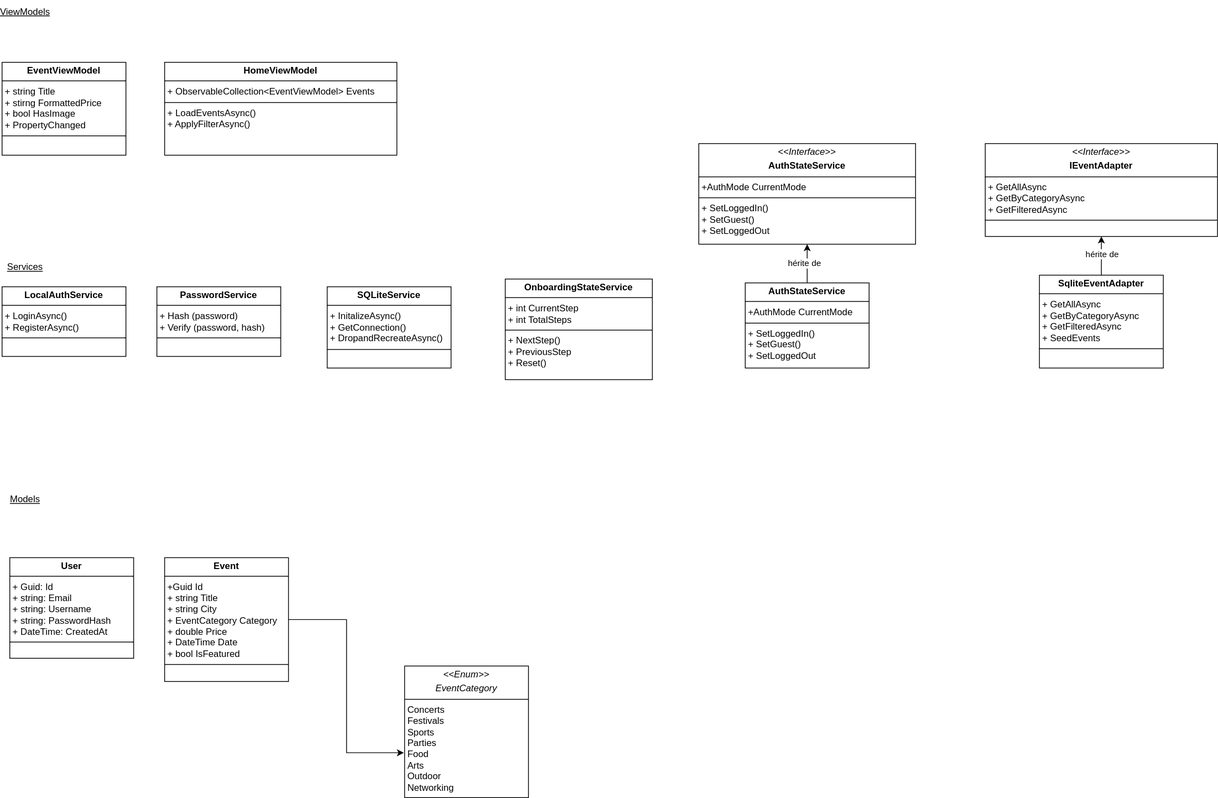
Before: documentation/diagrammes/class_diagram.drawio.svg, a diagram exported from draw.io (Doumbouya94/SoftwareEngineeringDocuments). Source tidied: cells renumbered, new cells last; positions are measured from the earlier drawing's top-left corner, leaving out a move shared by most shapes. Source of this version:
```xml
<mxGraphModel>
  <root>
    <mxCell id="0" />
    <mxCell id="1" parent="0" />
    <mxCell id="2" value="&lt;p style=&quot;margin:0px;margin-top:4px;text-align:center;&quot;&gt;&lt;b&gt;User&lt;/b&gt;&lt;/p&gt;&lt;hr size=&quot;1&quot; style=&quot;border-style:solid;&quot;&gt;&lt;p style=&quot;margin:0px;margin-left:4px;&quot;&gt;+ Guid: Id&lt;/p&gt;&lt;p style=&quot;margin:0px;margin-left:4px;&quot;&gt;+ string: Email&lt;/p&gt;&lt;p style=&quot;margin:0px;margin-left:4px;&quot;&gt;+ string: Username&lt;/p&gt;&lt;p style=&quot;margin:0px;margin-left:4px;&quot;&gt;+ string: PasswordHash&lt;/p&gt;&lt;p style=&quot;margin:0px;margin-left:4px;&quot;&gt;+ DateTime: CreatedAt&lt;/p&gt;&lt;hr size=&quot;1&quot; style=&quot;border-style:solid;&quot;&gt;&lt;p style=&quot;margin:0px;margin-left:4px;&quot;&gt;&lt;br&gt;&lt;/p&gt;" style="verticalAlign=top;align=left;overflow=fill;html=1;whiteSpace=wrap;" parent="1" vertex="1">
      <mxGeometry x="10" y="720" width="160" height="130" as="geometry" />
    </mxCell>
    <mxCell id="3" value="&lt;p style=&quot;margin:0px;margin-top:4px;text-align:center;&quot;&gt;&lt;b&gt;PasswordService&lt;/b&gt;&lt;/p&gt;&lt;hr size=&quot;1&quot; style=&quot;border-style:solid;&quot;&gt;&lt;p style=&quot;margin:0px;margin-left:4px;&quot;&gt;+ Hash (password)&lt;/p&gt;&lt;p style=&quot;margin:0px;margin-left:4px;&quot;&gt;+ Verify (password, hash)&lt;/p&gt;&lt;hr size=&quot;1&quot; style=&quot;border-style:solid;&quot;&gt;&lt;p style=&quot;margin:0px;margin-left:4px;&quot;&gt;&lt;br&gt;&lt;/p&gt;" style="verticalAlign=top;align=left;overflow=fill;html=1;whiteSpace=wrap;" parent="1" vertex="1">
      <mxGeometry x="200" y="370" width="160" height="90" as="geometry" />
    </mxCell>
    <mxCell id="4" value="&lt;p style=&quot;margin:0px;margin-top:4px;text-align:center;&quot;&gt;&lt;b&gt;LocalAuthService&lt;/b&gt;&lt;/p&gt;&lt;hr size=&quot;1&quot; style=&quot;border-style:solid;&quot;&gt;&lt;p style=&quot;margin:0px;margin-left:4px;&quot;&gt;+ LoginAsync()&lt;/p&gt;&lt;p style=&quot;margin:0px;margin-left:4px;&quot;&gt;+ RegisterAsync()&lt;/p&gt;&lt;hr size=&quot;1&quot; style=&quot;border-style:solid;&quot;&gt;&lt;p style=&quot;margin:0px;margin-left:4px;&quot;&gt;&lt;br&gt;&lt;/p&gt;" style="verticalAlign=top;align=left;overflow=fill;html=1;whiteSpace=wrap;" parent="1" vertex="1">
      <mxGeometry y="370" width="160" height="90" as="geometry" />
    </mxCell>
    <mxCell id="5" value="&lt;p style=&quot;margin:0px;margin-top:4px;text-align:center;&quot;&gt;&lt;b&gt;SQLiteService&lt;/b&gt;&lt;/p&gt;&lt;hr size=&quot;1&quot; style=&quot;border-style:solid;&quot;&gt;&lt;p style=&quot;margin:0px;margin-left:4px;&quot;&gt;+ InitalizeAsync()&lt;/p&gt;&lt;p style=&quot;margin:0px;margin-left:4px;&quot;&gt;+ GetConnection()&lt;/p&gt;&lt;p style=&quot;margin:0px;margin-left:4px;&quot;&gt;+ DropandRecreateAsync()&lt;/p&gt;&lt;hr size=&quot;1&quot; style=&quot;border-style:solid;&quot;&gt;&lt;p style=&quot;margin:0px;margin-left:4px;&quot;&gt;&lt;br&gt;&lt;/p&gt;" style="verticalAlign=top;align=left;overflow=fill;html=1;whiteSpace=wrap;" parent="1" vertex="1">
      <mxGeometry x="420" y="370" width="160" height="105" as="geometry" />
    </mxCell>
    <mxCell id="6" value="&lt;p style=&quot;margin:0px;margin-top:4px;text-align:center;&quot;&gt;&lt;b&gt;EventViewModel&lt;/b&gt;&lt;/p&gt;&lt;hr size=&quot;1&quot; style=&quot;border-style:solid;&quot;&gt;&lt;p style=&quot;margin:0px;margin-left:4px;&quot;&gt;+ string Title&lt;/p&gt;&lt;p style=&quot;margin:0px;margin-left:4px;&quot;&gt;+ stirng FormattedPrice&lt;/p&gt;&lt;p style=&quot;margin:0px;margin-left:4px;&quot;&gt;+ bool HasImage&lt;/p&gt;&lt;p style=&quot;margin:0px;margin-left:4px;&quot;&gt;+ PropertyChanged&lt;/p&gt;&lt;hr size=&quot;1&quot; style=&quot;border-style:solid;&quot;&gt;&lt;p style=&quot;margin:0px;margin-left:4px;&quot;&gt;&lt;br&gt;&lt;/p&gt;" style="verticalAlign=top;align=left;overflow=fill;html=1;whiteSpace=wrap;" parent="1" vertex="1">
      <mxGeometry y="80" width="160" height="120" as="geometry" />
    </mxCell>
    <mxCell id="7" value="&lt;p style=&quot;margin:0px;margin-top:4px;text-align:center;&quot;&gt;&lt;b&gt;Event&lt;/b&gt;&lt;/p&gt;&lt;hr size=&quot;1&quot; style=&quot;border-style:solid;&quot;&gt;&lt;p style=&quot;margin:0px;margin-left:4px;&quot;&gt;+Guid Id&lt;/p&gt;&lt;p style=&quot;margin:0px;margin-left:4px;&quot;&gt;+ string Title&lt;/p&gt;&lt;p style=&quot;margin:0px;margin-left:4px;&quot;&gt;+ string City&lt;/p&gt;&lt;p style=&quot;margin:0px;margin-left:4px;&quot;&gt;+ EventCategory Category&lt;/p&gt;&lt;p style=&quot;margin:0px;margin-left:4px;&quot;&gt;+ double Price&lt;/p&gt;&lt;p style=&quot;margin:0px;margin-left:4px;&quot;&gt;+ DateTime Date&lt;/p&gt;&lt;p style=&quot;margin:0px;margin-left:4px;&quot;&gt;+ bool IsFeatured&lt;/p&gt;&lt;hr size=&quot;1&quot; style=&quot;border-style:solid;&quot;&gt;&lt;p style=&quot;margin:0px;margin-left:4px;&quot;&gt;&lt;br&gt;&lt;/p&gt;" style="verticalAlign=top;align=left;overflow=fill;html=1;whiteSpace=wrap;" parent="1" vertex="1">
      <mxGeometry x="210" y="720" width="160" height="160" as="geometry" />
    </mxCell>
    <mxCell id="8" value="&lt;u&gt;Services&lt;/u&gt;" style="text;html=1;whiteSpace=wrap;strokeColor=none;fillColor=none;align=center;verticalAlign=middle;rounded=0;" parent="1" vertex="1">
      <mxGeometry y="330" width="60" height="30" as="geometry" />
    </mxCell>
    <mxCell id="9" value="&lt;u&gt;Models&lt;/u&gt;" style="text;html=1;whiteSpace=wrap;strokeColor=none;fillColor=none;align=center;verticalAlign=middle;rounded=0;" parent="1" vertex="1">
      <mxGeometry y="630" width="60" height="30" as="geometry" />
    </mxCell>
    <mxCell id="10" value="&lt;u&gt;ViewModels&lt;/u&gt;" style="text;html=1;whiteSpace=wrap;strokeColor=none;fillColor=none;align=center;verticalAlign=middle;rounded=0;" parent="1" vertex="1">
      <mxGeometry width="60" height="30" as="geometry" />
    </mxCell>
    <mxCell id="11" style="edgeStyle=orthogonalEdgeStyle;rounded=0;jettySize=auto;html=1;entryX=0.5;entryY=1;entryDx=0;entryDy=0;" parent="1" edge="1" source="13" target="15">
      <mxGeometry relative="1" as="geometry" />
    </mxCell>
    <mxCell id="12" value="hérite de" style="edgeLabel;html=1;align=center;verticalAlign=middle;" parent="11" vertex="1">
      <mxGeometry x="0.09" y="-1" relative="1" as="geometry" />
    </mxCell>
    <mxCell id="13" value="&lt;p style=&quot;margin:0px;margin-top:4px;text-align:center;&quot;&gt;&lt;b&gt;SqliteEventAdapter&lt;/b&gt;&lt;/p&gt;&lt;hr size=&quot;1&quot; style=&quot;border-style:solid;&quot;&gt;&lt;p style=&quot;margin:0px;margin-left:4px;&quot;&gt;+ GetAllAsync&lt;/p&gt;&lt;p style=&quot;margin:0px;margin-left:4px;&quot;&gt;+ GetByCategoryAsync&lt;/p&gt;&lt;p style=&quot;margin:0px;margin-left:4px;&quot;&gt;+ GetFilteredAsync&lt;/p&gt;&lt;p style=&quot;margin:0px;margin-left:4px;&quot;&gt;+ SeedEvents&lt;/p&gt;&lt;hr size=&quot;1&quot; style=&quot;border-style:solid;&quot;&gt;&lt;p style=&quot;margin:0px;margin-left:4px;&quot;&gt;&lt;br&gt;&lt;/p&gt;" style="verticalAlign=top;align=left;overflow=fill;html=1;whiteSpace=wrap;" parent="1" vertex="1">
      <mxGeometry x="1340" y="355" width="160" height="120" as="geometry" />
    </mxCell>
    <mxCell id="14" value="&lt;p style=&quot;margin:0px;margin-top:4px;text-align:center;&quot;&gt;&lt;b&gt;HomeViewModel&lt;/b&gt;&lt;/p&gt;&lt;hr size=&quot;1&quot; style=&quot;border-style:solid;&quot;&gt;&lt;p style=&quot;margin:0px;margin-left:4px;&quot;&gt;+ ObservableCollection&amp;lt;EventViewModel&amp;gt; Events&lt;/p&gt;&lt;hr size=&quot;1&quot; style=&quot;border-style:solid;&quot;&gt;&lt;p style=&quot;margin:0px;margin-left:4px;&quot;&gt;+ LoadEventsAsync()&lt;/p&gt;&lt;p style=&quot;margin:0px;margin-left:4px;&quot;&gt;+ ApplyFilterAsync()&lt;/p&gt;" style="verticalAlign=top;align=left;overflow=fill;html=1;whiteSpace=wrap;" parent="1" vertex="1">
      <mxGeometry x="210" y="80" width="300" height="120" as="geometry" />
    </mxCell>
    <mxCell id="15" value="&lt;p style=&quot;margin:0px;margin-top:4px;text-align:center;&quot;&gt;&lt;i&gt;&amp;lt;&amp;lt;Interface&amp;gt;&amp;gt;&lt;/i&gt;&lt;b&gt;&lt;/b&gt;&lt;/p&gt;&lt;p style=&quot;margin:0px;margin-top:4px;text-align:center;&quot;&gt;&lt;b&gt;IEventAdapter&lt;/b&gt;&lt;/p&gt;&lt;hr size=&quot;1&quot; style=&quot;border-style:solid;&quot;&gt;&lt;p style=&quot;margin: 0px 0px 0px 4px;&quot;&gt;+ GetAllAsync&lt;/p&gt;&lt;p style=&quot;margin: 0px 0px 0px 4px;&quot;&gt;+ GetByCategoryAsync&lt;/p&gt;&lt;p style=&quot;margin: 0px 0px 0px 4px;&quot;&gt;+ GetFilteredAsync&lt;/p&gt;&lt;hr size=&quot;1&quot; style=&quot;border-style:solid;&quot;&gt;&lt;p style=&quot;margin:0px;margin-left:4px;&quot;&gt;&lt;br&gt;&lt;/p&gt;" style="verticalAlign=top;align=left;overflow=fill;html=1;whiteSpace=wrap;" parent="1" vertex="1">
      <mxGeometry x="1270" y="185" width="300" height="120" as="geometry" />
    </mxCell>
    <mxCell id="16" value="&lt;p style=&quot;margin:0px;margin-top:4px;text-align:center;&quot;&gt;&lt;i&gt;&amp;lt;&amp;lt;Interface&amp;gt;&amp;gt;&lt;/i&gt;&lt;b&gt;&lt;/b&gt;&lt;/p&gt;&lt;p style=&quot;margin:0px;margin-top:4px;text-align:center;&quot;&gt;&lt;b&gt;AuthStateService&lt;/b&gt;&lt;/p&gt;&lt;hr size=&quot;1&quot; style=&quot;border-style:solid;&quot;&gt;&lt;p style=&quot;margin:0px;margin-left:4px;&quot;&gt;+AuthMode CurrentMode&lt;/p&gt;&lt;hr size=&quot;1&quot; style=&quot;border-style:solid;&quot;&gt;&lt;p style=&quot;margin:0px;margin-left:4px;&quot;&gt;+ SetLoggedIn()&lt;/p&gt;&lt;p style=&quot;margin:0px;margin-left:4px;&quot;&gt;+ SetGuest()&lt;/p&gt;&lt;p style=&quot;margin:0px;margin-left:4px;&quot;&gt;+ SetLoggedOut&lt;/p&gt;" style="verticalAlign=top;align=left;overflow=fill;html=1;whiteSpace=wrap;" parent="1" vertex="1">
      <mxGeometry x="900" y="185" width="280" height="130" as="geometry" />
    </mxCell>
    <mxCell id="17" style="edgeStyle=orthogonalEdgeStyle;rounded=0;jettySize=auto;html=1;entryX=0.5;entryY=1;entryDx=0;entryDy=0;" parent="1" edge="1" source="19" target="16">
      <mxGeometry relative="1" as="geometry" />
    </mxCell>
    <mxCell id="18" value="hérite de&amp;nbsp;" style="edgeLabel;html=1;align=center;verticalAlign=middle;" parent="17" vertex="1">
      <mxGeometry x="-0.01" y="2" relative="1" as="geometry" />
    </mxCell>
    <mxCell id="19" value="&lt;p style=&quot;margin:0px;margin-top:4px;text-align:center;&quot;&gt;&lt;b&gt;AuthStateService&lt;/b&gt;&lt;/p&gt;&lt;hr size=&quot;1&quot; style=&quot;border-style:solid;&quot;&gt;&lt;p style=&quot;margin:0px;margin-left:4px;&quot;&gt;+AuthMode CurrentMode&lt;/p&gt;&lt;hr size=&quot;1&quot; style=&quot;border-style:solid;&quot;&gt;&lt;p style=&quot;margin:0px;margin-left:4px;&quot;&gt;+ SetLoggedIn()&lt;/p&gt;&lt;p style=&quot;margin:0px;margin-left:4px;&quot;&gt;+ SetGuest()&lt;/p&gt;&lt;p style=&quot;margin:0px;margin-left:4px;&quot;&gt;+ SetLoggedOut&lt;/p&gt;" style="verticalAlign=top;align=left;overflow=fill;html=1;whiteSpace=wrap;" parent="1" vertex="1">
      <mxGeometry x="960" y="365" width="160" height="110" as="geometry" />
    </mxCell>
    <mxCell id="20" value="&lt;p style=&quot;margin:0px;margin-top:4px;text-align:center;&quot;&gt;&lt;b&gt;OnboardingStateService&lt;/b&gt;&lt;/p&gt;&lt;hr size=&quot;1&quot; style=&quot;border-style:solid;&quot;&gt;&lt;p style=&quot;margin:0px;margin-left:4px;&quot;&gt;+ int CurrentStep&lt;/p&gt;&lt;p style=&quot;margin:0px;margin-left:4px;&quot;&gt;+ int TotalSteps&lt;/p&gt;&lt;hr size=&quot;1&quot; style=&quot;border-style:solid;&quot;&gt;&lt;p style=&quot;margin:0px;margin-left:4px;&quot;&gt;+ NextStep()&lt;/p&gt;&lt;p style=&quot;margin:0px;margin-left:4px;&quot;&gt;+ PreviousStep&lt;/p&gt;&lt;p style=&quot;margin:0px;margin-left:4px;&quot;&gt;+ Reset()&lt;/p&gt;" style="verticalAlign=top;align=left;overflow=fill;html=1;whiteSpace=wrap;" parent="1" vertex="1">
      <mxGeometry x="650" y="360" width="190" height="130" as="geometry" />
    </mxCell>
    <mxCell id="21" value="&lt;p style=&quot;margin:0px;margin-top:4px;text-align:center;&quot;&gt;&lt;i&gt;&amp;lt;&amp;lt;Enum&amp;gt;&amp;gt;&lt;/i&gt;&lt;/p&gt;&lt;p style=&quot;margin:0px;margin-top:4px;text-align:center;&quot;&gt;&lt;i&gt;EventCategory&lt;/i&gt;&lt;/p&gt;&lt;hr size=&quot;1&quot; style=&quot;border-style:solid;&quot;&gt;&lt;p style=&quot;margin:0px;margin-left:4px;&quot;&gt;&lt;/p&gt;&lt;p style=&quot;margin:0px;margin-left:4px;&quot;&gt;Concerts&lt;/p&gt;&lt;p style=&quot;margin:0px;margin-left:4px;&quot;&gt;Festivals&lt;/p&gt;&lt;p style=&quot;margin:0px;margin-left:4px;&quot;&gt;Sports&lt;/p&gt;&lt;p style=&quot;margin:0px;margin-left:4px;&quot;&gt;Parties&lt;/p&gt;&lt;p style=&quot;margin:0px;margin-left:4px;&quot;&gt;Food&lt;/p&gt;&lt;p style=&quot;margin:0px;margin-left:4px;&quot;&gt;Arts&lt;/p&gt;&lt;p style=&quot;margin:0px;margin-left:4px;&quot;&gt;Outdoor&lt;/p&gt;&lt;p style=&quot;margin:0px;margin-left:4px;&quot;&gt;Networking&lt;/p&gt;" style="verticalAlign=top;align=left;overflow=fill;html=1;whiteSpace=wrap;" parent="1" vertex="1">
      <mxGeometry x="520" y="860" width="160" height="170" as="geometry" />
    </mxCell>
    <mxCell id="22" style="edgeStyle=orthogonalEdgeStyle;rounded=0;jettySize=auto;html=1;entryX=-0.006;entryY=0.659;entryDx=0;entryDy=0;entryPerimeter=0;" parent="1" edge="1" source="7" target="21">
      <mxGeometry relative="1" as="geometry" />
    </mxCell>
  </root>
</mxGraphModel>
```
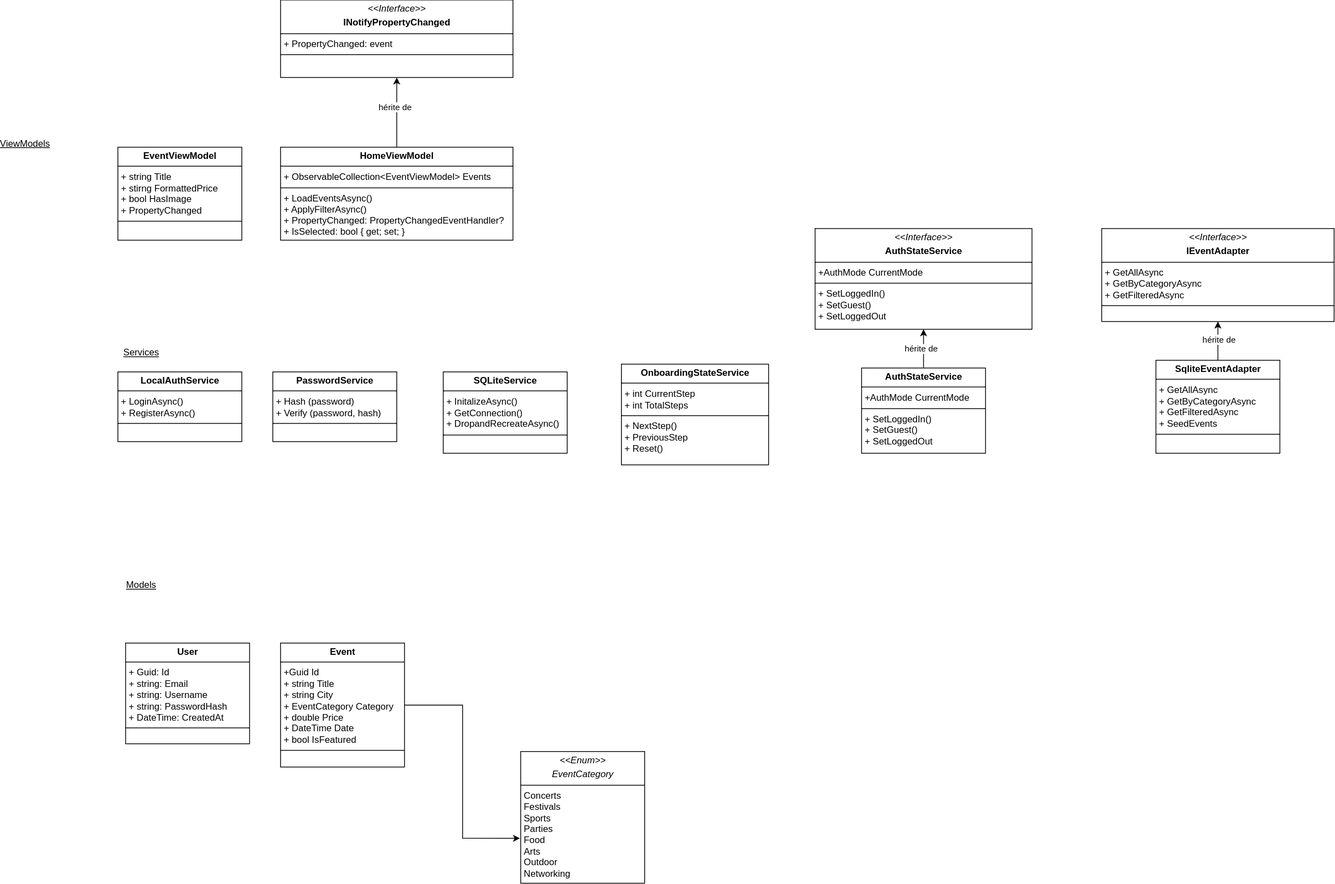
The same file after the commit.

The edit, as a diff of the source:
```diff
@@ -27,7 +27,7 @@
       <mxGeometry y="630" width="60" height="30" as="geometry" />
     </mxCell>
     <mxCell id="10" value="&lt;u&gt;ViewModels&lt;/u&gt;" style="text;html=1;whiteSpace=wrap;strokeColor=none;fillColor=none;align=center;verticalAlign=middle;rounded=0;" parent="1" vertex="1">
-      <mxGeometry width="60" height="30" as="geometry" />
+      <mxGeometry x="-150" y="60" width="60" height="30" as="geometry" />
     </mxCell>
     <mxCell id="11" style="edgeStyle=orthogonalEdgeStyle;rounded=0;jettySize=auto;html=1;entryX=0.5;entryY=1;entryDx=0;entryDy=0;" parent="1" edge="1" source="13" target="15">
       <mxGeometry relative="1" as="geometry" />
@@ -38,7 +38,13 @@
     <mxCell id="13" value="&lt;p style=&quot;margin:0px;margin-top:4px;text-align:center;&quot;&gt;&lt;b&gt;SqliteEventAdapter&lt;/b&gt;&lt;/p&gt;&lt;hr size=&quot;1&quot; style=&quot;border-style:solid;&quot;&gt;&lt;p style=&quot;margin:0px;margin-left:4px;&quot;&gt;+ GetAllAsync&lt;/p&gt;&lt;p style=&quot;margin:0px;margin-left:4px;&quot;&gt;+ GetByCategoryAsync&lt;/p&gt;&lt;p style=&quot;margin:0px;margin-left:4px;&quot;&gt;+ GetFilteredAsync&lt;/p&gt;&lt;p style=&quot;margin:0px;margin-left:4px;&quot;&gt;+ SeedEvents&lt;/p&gt;&lt;hr size=&quot;1&quot; style=&quot;border-style:solid;&quot;&gt;&lt;p style=&quot;margin:0px;margin-left:4px;&quot;&gt;&lt;br&gt;&lt;/p&gt;" style="verticalAlign=top;align=left;overflow=fill;html=1;whiteSpace=wrap;" parent="1" vertex="1">
       <mxGeometry x="1340" y="355" width="160" height="120" as="geometry" />
     </mxCell>
+    <mxCell id="23" style="edgeStyle=orthogonalEdgeStyle;rounded=0;jettySize=auto;html=1;" parent="1" edge="1" source="14" target="25">
+      <mxGeometry relative="1" as="geometry" />
+    </mxCell>
+    <mxCell id="24" value="hérite de&amp;nbsp;" style="edgeLabel;html=1;align=center;verticalAlign=middle;" parent="23" vertex="1">
+      <mxGeometry x="0.17" y="1" relative="1" as="geometry" />
+    </mxCell>
-    <mxCell id="14" value="&lt;p style=&quot;margin:0px;margin-top:4px;text-align:center;&quot;&gt;&lt;b&gt;HomeViewModel&lt;/b&gt;&lt;/p&gt;&lt;hr size=&quot;1&quot; style=&quot;border-style:solid;&quot;&gt;&lt;p style=&quot;margin:0px;margin-left:4px;&quot;&gt;+ ObservableCollection&amp;lt;EventViewModel&amp;gt; Events&lt;/p&gt;&lt;hr size=&quot;1&quot; style=&quot;border-style:solid;&quot;&gt;&lt;p style=&quot;margin:0px;margin-left:4px;&quot;&gt;+ LoadEventsAsync()&lt;/p&gt;&lt;p style=&quot;margin:0px;margin-left:4px;&quot;&gt;+ ApplyFilterAsync()&lt;/p&gt;" style="verticalAlign=top;align=left;overflow=fill;html=1;whiteSpace=wrap;" parent="1" vertex="1">
+    <mxCell id="14" value="&lt;p style=&quot;margin:0px;margin-top:4px;text-align:center;&quot;&gt;&lt;b&gt;HomeViewModel&lt;/b&gt;&lt;/p&gt;&lt;hr size=&quot;1&quot; style=&quot;border-style:solid;&quot;&gt;&lt;p style=&quot;margin:0px;margin-left:4px;&quot;&gt;+ ObservableCollection&amp;lt;EventViewModel&amp;gt; Events&lt;/p&gt;&lt;hr size=&quot;1&quot; style=&quot;border-style:solid;&quot;&gt;&lt;p style=&quot;margin:0px;margin-left:4px;&quot;&gt;&lt;font face=&quot;Helvetica&quot;&gt;+ LoadEventsAsync()&lt;/font&gt;&lt;/p&gt;&lt;p style=&quot;margin:0px;margin-left:4px;&quot;&gt;&lt;font face=&quot;Helvetica&quot;&gt;+ ApplyFilterAsync()&lt;/font&gt;&lt;/p&gt;&lt;p style=&quot;margin:0px;margin-left:4px;&quot;&gt;&lt;span style=&quot;text-wrap-mode: nowrap;&quot;&gt;&lt;font face=&quot;Helvetica&quot;&gt;+ PropertyChanged: PropertyChangedEventHandler?&lt;/font&gt;&lt;/span&gt;&lt;/p&gt;&lt;p style=&quot;margin:0px;margin-left:4px;&quot;&gt;&lt;span style=&quot;text-wrap-mode: nowrap;&quot;&gt;&lt;font face=&quot;Helvetica&quot;&gt;+ IsSelected: bool { get; set; }&lt;/font&gt;&lt;/span&gt;&lt;span style=&quot;text-wrap-mode: nowrap;&quot;&gt;&lt;font face=&quot;Helvetica&quot;&gt;&lt;/font&gt;&lt;/span&gt;&lt;/p&gt;" style="verticalAlign=top;align=left;overflow=fill;html=1;whiteSpace=wrap;" parent="1" vertex="1">
       <mxGeometry x="210" y="80" width="300" height="120" as="geometry" />
     </mxCell>
     <mxCell id="15" value="&lt;p style=&quot;margin:0px;margin-top:4px;text-align:center;&quot;&gt;&lt;i&gt;&amp;lt;&amp;lt;Interface&amp;gt;&amp;gt;&lt;/i&gt;&lt;b&gt;&lt;/b&gt;&lt;/p&gt;&lt;p style=&quot;margin:0px;margin-top:4px;text-align:center;&quot;&gt;&lt;b&gt;IEventAdapter&lt;/b&gt;&lt;/p&gt;&lt;hr size=&quot;1&quot; style=&quot;border-style:solid;&quot;&gt;&lt;p style=&quot;margin: 0px 0px 0px 4px;&quot;&gt;+ GetAllAsync&lt;/p&gt;&lt;p style=&quot;margin: 0px 0px 0px 4px;&quot;&gt;+ GetByCategoryAsync&lt;/p&gt;&lt;p style=&quot;margin: 0px 0px 0px 4px;&quot;&gt;+ GetFilteredAsync&lt;/p&gt;&lt;hr size=&quot;1&quot; style=&quot;border-style:solid;&quot;&gt;&lt;p style=&quot;margin:0px;margin-left:4px;&quot;&gt;&lt;br&gt;&lt;/p&gt;" style="verticalAlign=top;align=left;overflow=fill;html=1;whiteSpace=wrap;" parent="1" vertex="1">
@@ -65,5 +71,8 @@
     <mxCell id="22" style="edgeStyle=orthogonalEdgeStyle;rounded=0;jettySize=auto;html=1;entryX=-0.006;entryY=0.659;entryDx=0;entryDy=0;entryPerimeter=0;" parent="1" edge="1" source="7" target="21">
       <mxGeometry relative="1" as="geometry" />
     </mxCell>
+    <mxCell id="25" value="&lt;p style=&quot;margin:0px;margin-top:4px;text-align:center;&quot;&gt;&lt;i&gt;&amp;lt;&amp;lt;Interface&amp;gt;&amp;gt;&lt;/i&gt;&lt;b&gt;&lt;/b&gt;&lt;/p&gt;&lt;p style=&quot;margin:0px;margin-top:4px;text-align:center;&quot;&gt;&lt;b&gt;INotifyPropertyChanged&lt;/b&gt;&lt;/p&gt;&lt;hr size=&quot;1&quot; style=&quot;border-style:solid;&quot;&gt;&lt;p style=&quot;margin:0px;margin-left:4px;&quot;&gt;&lt;span style=&quot;text-wrap-mode: nowrap;&quot;&gt;+ PropertyChanged: event&lt;/span&gt;&lt;/p&gt;&lt;hr size=&quot;1&quot; style=&quot;border-style:solid;&quot;&gt;&lt;p style=&quot;margin:0px;margin-left:4px;&quot;&gt;&lt;br&gt;&lt;/p&gt;" style="verticalAlign=top;align=left;overflow=fill;html=1;whiteSpace=wrap;" parent="1" vertex="1">
+      <mxGeometry x="210" y="-110" width="300" height="100" as="geometry" />
+    </mxCell>
   </root>
 </mxGraphModel>
```
